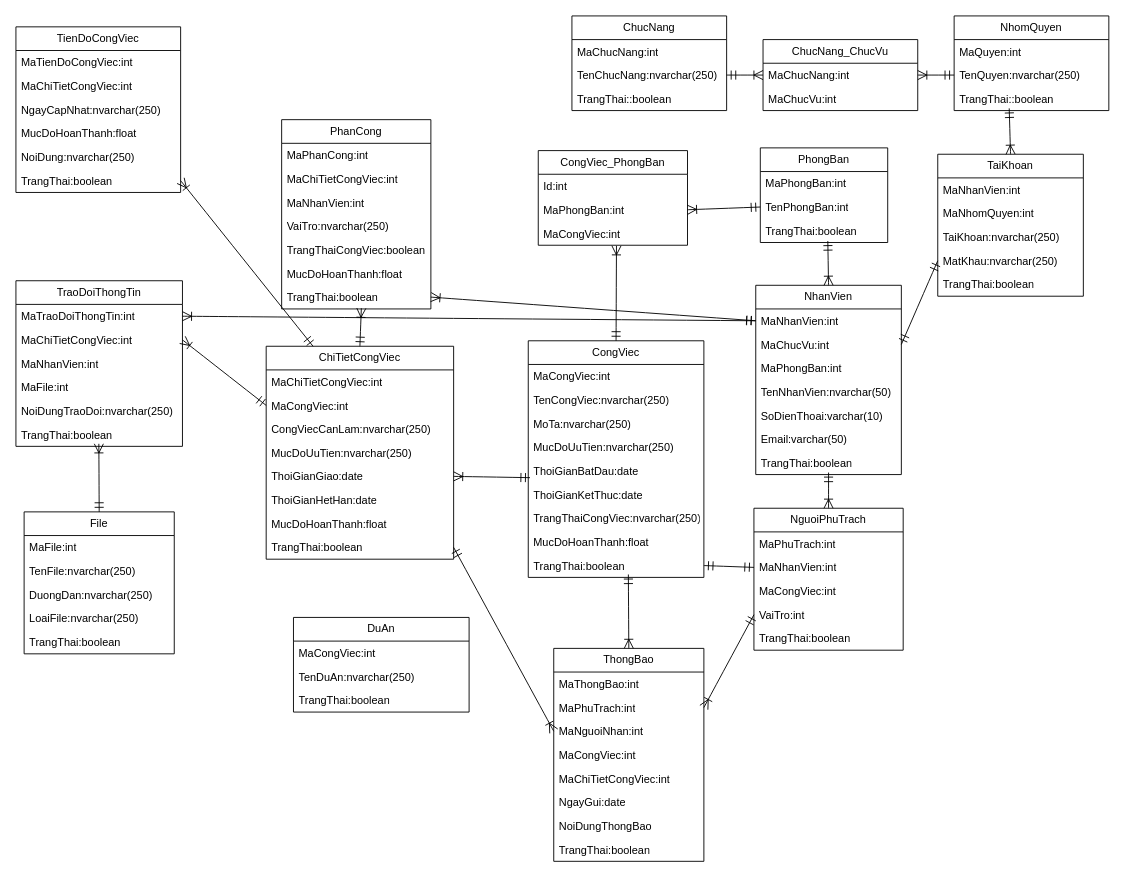
Before: dacn+.net.drawio in maivantai2003/vercelDemo, a draw.io diagram. Source tidied: cells renumbered, new cells numbered last; positions are measured from the earlier drawing's top-left corner, leaving out a move shared by most shapes. Both pictures are drawn from the tidied source at 91%, with x=0, y=0 at pixel (15, 15).
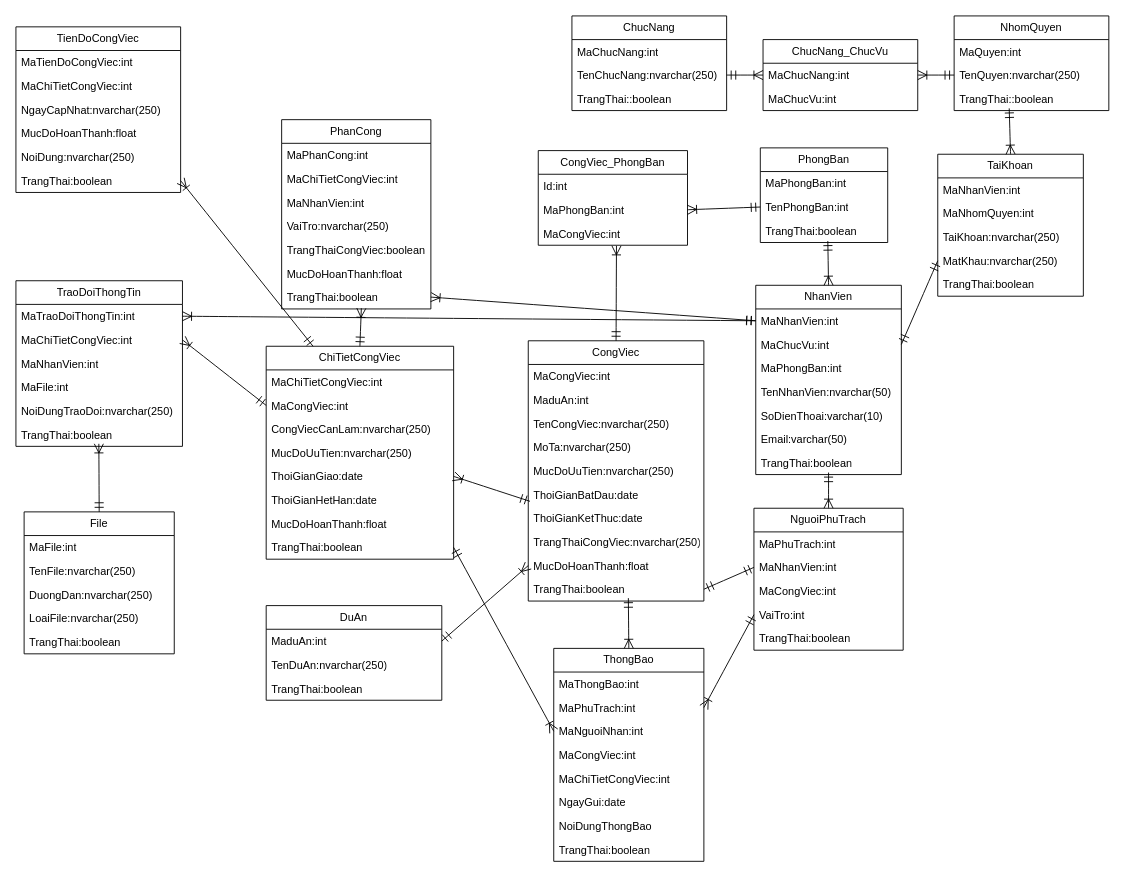
The same page after the edit.

Commit message:
Cập nhật dacn+.net.drawio

Change to the diagram source:
```diff
@@
     <mxCell id="13" value="CongViec" style="swimlane;fontStyle=0;horizontal=1;startSize=26;fillColor=none;whiteSpace=wrap;html=1;" parent="1" vertex="1">
-      <mxGeometry x="563" y="357" width="193" height="260" as="geometry" />
+      <mxGeometry x="563" y="357" width="193" height="286" as="geometry" />
     </mxCell>
@@
+    <mxCell id="121" value="MaduAn:int" style="text;strokeColor=none;fillColor=none;align=left;verticalAlign=top;spacingLeft=4;spacingRight=4;overflow=hidden;whiteSpace=wrap;html=1;" parent="13" vertex="1">
+      <mxGeometry y="52" width="193" height="26" as="geometry" />
+    </mxCell>
     <mxCell id="15" value="TenCongViec:nvarchar(250)" style="text;strokeColor=none;fillColor=none;align=left;verticalAlign=top;spacingLeft=4;spacingRight=4;overflow=hidden;whiteSpace=wrap;html=1;" parent="13" vertex="1">
-      <mxGeometry y="52" width="193" height="26" as="geometry" />
+      <mxGeometry y="78" width="193" height="26" as="geometry" />
     </mxCell>
     <mxCell id="16" value="MoTa:nvarchar(250)" style="text;strokeColor=none;fillColor=none;align=left;verticalAlign=top;spacingLeft=4;spacingRight=4;overflow=hidden;whiteSpace=wrap;html=1;" parent="13" vertex="1">
-      <mxGeometry y="78" width="193" height="26" as="geometry" />
+      <mxGeometry y="104" width="193" height="26" as="geometry" />
     </mxCell>
     <mxCell id="17" value="MucDoUuTien:nvarchar(250)" style="text;strokeColor=none;fillColor=none;align=left;verticalAlign=top;spacingLeft=4;spacingRight=4;overflow=hidden;whiteSpace=wrap;html=1;" parent="13" vertex="1">
-      <mxGeometry y="104" width="193" height="26" as="geometry" />
+      <mxGeometry y="130" width="193" height="26" as="geometry" />
     </mxCell>
     <mxCell id="18" value="ThoiGianBatDau:date" style="text;strokeColor=none;fillColor=none;align=left;verticalAlign=top;spacingLeft=4;spacingRight=4;overflow=hidden;points=[[0,0.5],[1,0.5]];portConstraint=eastwest;whiteSpace=wrap;html=1;" parent="13" vertex="1">
-      <mxGeometry y="130" width="193" height="26" as="geometry" />
+      <mxGeometry y="156" width="193" height="26" as="geometry" />
     </mxCell>
     <mxCell id="19" value="ThoiGianKetThuc:date" style="text;strokeColor=none;fillColor=none;align=left;verticalAlign=top;spacingLeft=4;spacingRight=4;overflow=hidden;whiteSpace=wrap;html=1;" parent="13" vertex="1">
-      <mxGeometry y="156" width="193" height="26" as="geometry" />
+      <mxGeometry y="182" width="193" height="26" as="geometry" />
     </mxCell>
     <mxCell id="20" value="TrangThaiCongViec:nvarchar(250)" style="text;strokeColor=none;fillColor=none;align=left;verticalAlign=top;spacingLeft=4;spacingRight=4;overflow=hidden;whiteSpace=wrap;html=1;" parent="13" vertex="1">
-      <mxGeometry y="182" width="193" height="26" as="geometry" />
+      <mxGeometry y="208" width="193" height="26" as="geometry" />
     </mxCell>
     <mxCell id="21" value="MucDoHoanThanh:float" style="text;strokeColor=none;fillColor=none;align=left;verticalAlign=top;spacingLeft=4;spacingRight=4;overflow=hidden;points=[[0,0.5],[1,0.5]];portConstraint=eastwest;whiteSpace=wrap;html=1;" parent="13" vertex="1">
-      <mxGeometry y="208" width="193" height="26" as="geometry" />
+      <mxGeometry y="234" width="193" height="26" as="geometry" />
     </mxCell>
     <mxCell id="22" value="TrangThai:boolean" style="text;strokeColor=none;fillColor=none;align=left;verticalAlign=top;spacingLeft=4;spacingRight=4;overflow=hidden;points=[[0,0.5],[1,0.5]];portConstraint=eastwest;whiteSpace=wrap;html=1;" parent="13" vertex="1">
-      <mxGeometry y="234" width="193" height="26" as="geometry" />
+      <mxGeometry y="260" width="193" height="26" as="geometry" />
     </mxCell>
@@
     <mxCell id="117" value="DuAn" style="swimlane;fontStyle=0;horizontal=1;startSize=26;fillColor=none;whiteSpace=wrap;html=1;" parent="1" vertex="1">
-      <mxGeometry x="305" y="661" width="193" height="104" as="geometry" />
+      <mxGeometry x="275" y="648" width="193" height="104" as="geometry" />
     </mxCell>
-    <mxCell id="118" value="MaCongViec:int" style="text;strokeColor=none;fillColor=none;align=left;verticalAlign=top;spacingLeft=4;spacingRight=4;overflow=hidden;points=[[0,0.5],[1,0.5]];portConstraint=eastwest;whiteSpace=wrap;html=1;" parent="117" vertex="1">
+    <mxCell id="118" value="MaduAn:int" style="text;strokeColor=none;fillColor=none;align=left;verticalAlign=top;spacingLeft=4;spacingRight=4;overflow=hidden;points=[[0,0.5],[1,0.5]];portConstraint=eastwest;whiteSpace=wrap;html=1;" parent="117" vertex="1">
       <mxGeometry y="26" width="193" height="26" as="geometry" />
     </mxCell>
@@
+    <mxCell id="122" style="edgeStyle=none;curved=1;rounded=0;jettySize=auto;html=1;exitX=1;exitY=0.5;exitDx=0;exitDy=0;entryX=0;entryY=0.5;entryDx=0;entryDy=0;fontSize=12;startSize=8;endSize=8;endArrow=ERoneToMany;endFill=0;startArrow=ERmandOne;startFill=0;" parent="1" edge="1" source="118" target="21">
+      <mxGeometry relative="1" as="geometry" />
+    </mxCell>
```
